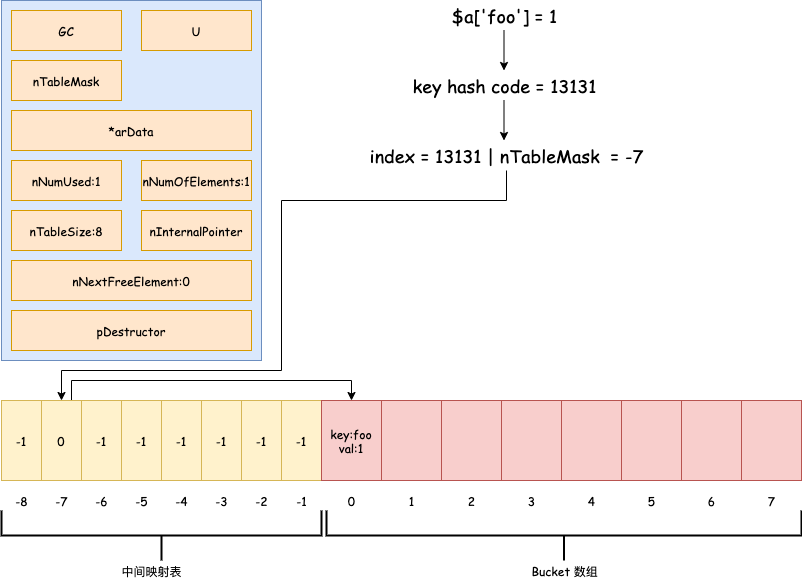
The draw.io diagram php数组新增1.png in 350258655/image, before a commit. Source tidied: cells renumbered, new cells last; positions are measured from the earlier drawing's top-left corner, leaving out a move shared by most shapes.
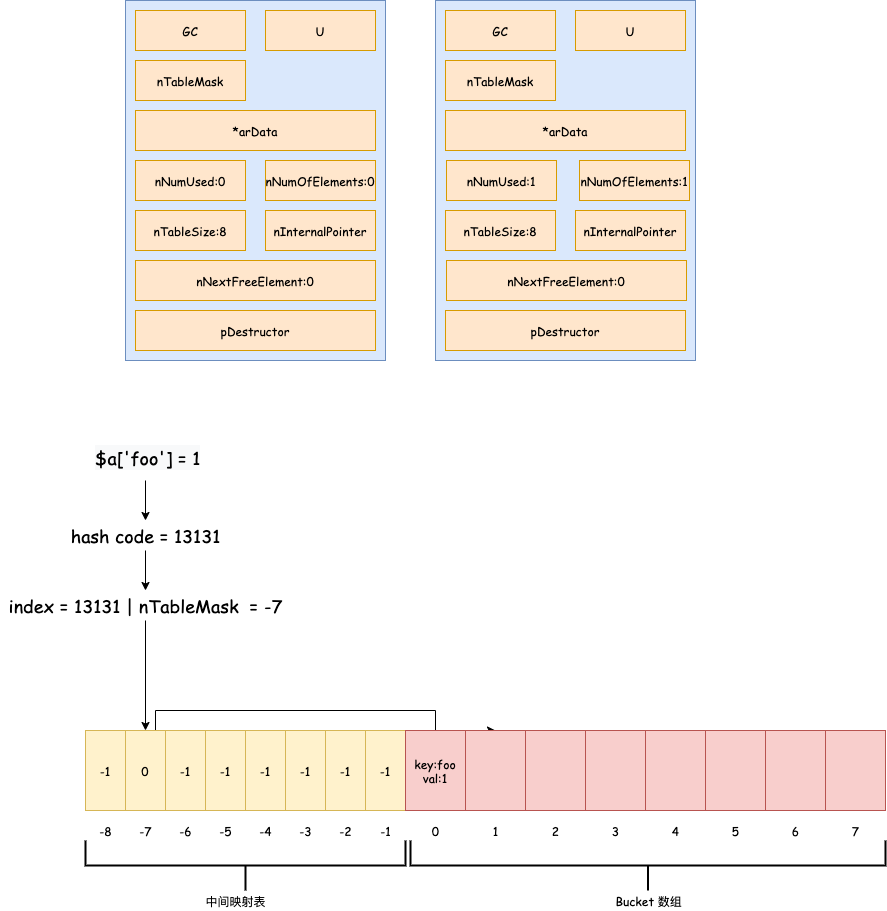
Above is the later version.

Commit message:
已添加 php数组新增1.png

The edit, as a diff of the source:
```diff
@@ -3,49 +3,51 @@
     <mxCell id="0" />
     <mxCell id="1" parent="0" />
     <mxCell id="2" style="rounded=0;whiteSpace=wrap;html=1;fontFamily=Comic Sans MS;fillColor=#dae8fc;strokeColor=#6c8ebf;" parent="1" vertex="1">
-      <mxGeometry width="260" height="360" as="geometry" />
+      <mxGeometry x="350" y="-330" width="260" height="360" as="geometry" />
     </mxCell>
     <mxCell id="3" value="GC" style="rounded=0;whiteSpace=wrap;html=1;fontFamily=Comic Sans MS;fillColor=#ffe6cc;strokeColor=#d79b00;" parent="1" vertex="1">
-      <mxGeometry x="10" y="10" width="110" height="40" as="geometry" />
+      <mxGeometry x="360" y="-320" width="110" height="40" as="geometry" />
     </mxCell>
     <mxCell id="4" value="U" style="rounded=0;whiteSpace=wrap;html=1;fontFamily=Comic Sans MS;fillColor=#ffe6cc;strokeColor=#d79b00;" parent="1" vertex="1">
-      <mxGeometry x="140" y="10" width="110" height="40" as="geometry" />
+      <mxGeometry x="490" y="-320" width="110" height="40" as="geometry" />
     </mxCell>
     <mxCell id="5" value="nTableMask" style="rounded=0;whiteSpace=wrap;html=1;fontFamily=Comic Sans MS;fillColor=#ffe6cc;strokeColor=#d79b00;" parent="1" vertex="1">
-      <mxGeometry x="10" y="60" width="110" height="40" as="geometry" />
+      <mxGeometry x="360" y="-270" width="110" height="40" as="geometry" />
     </mxCell>
     <mxCell id="6" value="*arData" style="rounded=0;whiteSpace=wrap;html=1;fontFamily=Comic Sans MS;fillColor=#ffe6cc;strokeColor=#d79b00;" parent="1" vertex="1">
-      <mxGeometry x="10" y="110" width="240" height="40" as="geometry" />
+      <mxGeometry x="360" y="-220" width="240" height="40" as="geometry" />
     </mxCell>
     <mxCell id="7" value="nNumUsed:1" style="rounded=0;whiteSpace=wrap;html=1;fontFamily=Comic Sans MS;fillColor=#ffe6cc;strokeColor=#d79b00;" parent="1" vertex="1">
-      <mxGeometry x="10" y="160" width="110" height="40" as="geometry" />
+      <mxGeometry x="361" y="-170" width="110" height="40" as="geometry" />
     </mxCell>
     <mxCell id="8" value="nNumOfElements:1" style="rounded=0;whiteSpace=wrap;html=1;fontFamily=Comic Sans MS;fillColor=#ffe6cc;strokeColor=#d79b00;" parent="1" vertex="1">
-      <mxGeometry x="140" y="160" width="110" height="40" as="geometry" />
+      <mxGeometry x="494" y="-170" width="110" height="40" as="geometry" />
     </mxCell>
     <mxCell id="9" value="nTableSize:8" style="rounded=0;whiteSpace=wrap;html=1;fontFamily=Comic Sans MS;fillColor=#ffe6cc;strokeColor=#d79b00;" parent="1" vertex="1">
-      <mxGeometry x="10" y="210" width="110" height="40" as="geometry" />
+      <mxGeometry x="360" y="-120" width="110" height="40" as="geometry" />
     </mxCell>
     <mxCell id="10" value="nInternalPointer" style="rounded=0;whiteSpace=wrap;html=1;fontFamily=Comic Sans MS;fillColor=#ffe6cc;strokeColor=#d79b00;" parent="1" vertex="1">
-      <mxGeometry x="140" y="210" width="110" height="40" as="geometry" />
+      <mxGeometry x="490" y="-120" width="110" height="40" as="geometry" />
     </mxCell>
     <mxCell id="11" value="nNextFreeElement:0" style="rounded=0;whiteSpace=wrap;html=1;fontFamily=Comic Sans MS;fillColor=#ffe6cc;strokeColor=#d79b00;" parent="1" vertex="1">
-      <mxGeometry x="10" y="260" width="240" height="40" as="geometry" />
+      <mxGeometry x="361" y="-70" width="240" height="40" as="geometry" />
     </mxCell>
     <mxCell id="12" value="pDestructor" style="rounded=0;whiteSpace=wrap;html=1;fontFamily=Comic Sans MS;fillColor=#ffe6cc;strokeColor=#d79b00;" parent="1" vertex="1">
-      <mxGeometry x="10" y="310" width="240" height="40" as="geometry" />
+      <mxGeometry x="360" y="-20" width="240" height="40" as="geometry" />
     </mxCell>
+    <mxCell id="56" style="edgeStyle=orthogonalEdgeStyle;rounded=0;jettySize=auto;html=1;exitX=0.75;exitY=0;exitDx=0;exitDy=0;entryX=0.5;entryY=0;entryDx=0;entryDy=0;" parent="1" edge="1" source="13" target="23">
+      <mxGeometry relative="1" as="geometry">
+        <Array as="points">
+          <mxPoint x="70" y="400" />
+          <mxPoint x="70" y="380" />
+          <mxPoint x="350" y="380" />
+          <mxPoint x="350" y="400" />
+        </Array>
+      </mxGeometry>
+    </mxCell>
     <mxCell id="13" value="-1" style="rounded=0;whiteSpace=wrap;html=1;fontFamily=Comic Sans MS;fillColor=#fff2cc;strokeColor=#d6b656;" parent="1" vertex="1">
       <mxGeometry y="400" width="40" height="80" as="geometry" />
     </mxCell>
-    <mxCell id="14" style="edgeStyle=orthogonalEdgeStyle;rounded=0;jettySize=auto;html=1;exitX=0.75;exitY=0;exitDx=0;exitDy=0;entryX=0.5;entryY=0;entryDx=0;entryDy=0;fontFamily=Comic Sans MS;fontSize=18;" parent="1" edge="1" source="15" target="22">
-      <mxGeometry relative="1" as="geometry">
-        <Array as="points">
-          <mxPoint x="70" y="380" />
-          <mxPoint x="350" y="380" />
-        </Array>
-      </mxGeometry>
-    </mxCell>
     <mxCell id="15" value="0" style="rounded=0;whiteSpace=wrap;html=1;fontFamily=Comic Sans MS;fillColor=#fff2cc;strokeColor=#d6b656;" parent="1" vertex="1">
       <mxGeometry x="40" y="400" width="40" height="80" as="geometry" />
     </mxCell>
@@ -151,32 +153,60 @@
     <mxCell id="49" value="Bucket 数组" style="text;html=1;align=center;verticalAlign=middle;fontFamily=Comic Sans MS;" parent="1" vertex="1">
       <mxGeometry x="522.5" y="560" width="80" height="20" as="geometry" />
     </mxCell>
-    <mxCell id="50" style="edgeStyle=orthogonalEdgeStyle;rounded=0;jettySize=auto;html=1;fontFamily=Comic Sans MS;fontSize=18;" parent="1" edge="1" source="51" target="53">
-      <mxGeometry relative="1" as="geometry" />
+    <mxCell id="50" style="edgeStyle=orthogonalEdgeStyle;rounded=0;jettySize=auto;html=1;fontFamily=Comic Sans MS;fontSize=18;" parent="1" edge="1" target="53">
+      <mxGeometry relative="1" as="geometry">
+        <mxPoint x="60" y="150" as="sourcePoint" />
+      </mxGeometry>
     </mxCell>
-    <mxCell id="51" value="$a['foo'] = 1" style="text;html=1;align=center;verticalAlign=middle;points=[];fontSize=18;fontFamily=Comic Sans MS;" parent="1" vertex="1">
-      <mxGeometry x="442.5" width="120" height="30" as="geometry" />
-    </mxCell>
     <mxCell id="52" style="edgeStyle=orthogonalEdgeStyle;rounded=0;jettySize=auto;html=1;fontFamily=Comic Sans MS;fontSize=18;" parent="1" edge="1" source="53">
       <mxGeometry relative="1" as="geometry">
-        <mxPoint x="502.5" y="140" as="targetPoint" />
+        <mxPoint x="60" y="260" as="targetPoint" />
       </mxGeometry>
     </mxCell>
-    <mxCell id="53" value="key hash code = 13131" style="text;html=1;align=center;verticalAlign=middle;points=[];fontSize=18;fontFamily=Comic Sans MS;" parent="1" vertex="1">
-      <mxGeometry x="402.5" y="70" width="200" height="30" as="geometry" />
+    <mxCell id="53" value="hash code = 13131" style="text;html=1;align=center;verticalAlign=middle;points=[];fontSize=18;fontFamily=Comic Sans MS;" parent="1" vertex="1">
+      <mxGeometry x="-25" y="190" width="170" height="30" as="geometry" />
     </mxCell>
-    <mxCell id="54" style="edgeStyle=orthogonalEdgeStyle;rounded=0;jettySize=auto;html=1;fontFamily=Comic Sans MS;fontSize=18;" parent="1" edge="1" source="55" target="15">
-      <mxGeometry relative="1" as="geometry">
-        <Array as="points">
-          <mxPoint x="505" y="200" />
-          <mxPoint x="280" y="200" />
-          <mxPoint x="280" y="370" />
-          <mxPoint x="60" y="370" />
-        </Array>
-      </mxGeometry>
+    <mxCell id="54" style="edgeStyle=orthogonalEdgeStyle;rounded=0;jettySize=auto;html=1;entryX=0.5;entryY=0;entryDx=0;entryDy=0;" parent="1" edge="1" source="55" target="15">
+      <mxGeometry relative="1" as="geometry" />
     </mxCell>
     <mxCell id="55" value="index = 13131 | nTableMask&amp;nbsp; = -7" style="text;html=1;align=center;verticalAlign=middle;points=[];fontSize=18;fontFamily=Comic Sans MS;" parent="1" vertex="1">
-      <mxGeometry x="360" y="140" width="290" height="30" as="geometry" />
+      <mxGeometry x="-85" y="260" width="290" height="30" as="geometry" />
     </mxCell>
+    <mxCell id="51" value="&lt;meta charset=&quot;utf-8&quot;&gt;&lt;span style=&quot;color: rgb(0, 0, 0); font-family: &amp;quot;comic sans ms&amp;quot;; font-size: 18px; font-style: normal; font-weight: 400; letter-spacing: normal; text-align: center; text-indent: 0px; text-transform: none; word-spacing: 0px; background-color: rgb(248, 249, 250); display: inline; float: none;&quot;&gt;$a['foo'] = 1&lt;/span&gt;" style="text;whiteSpace=wrap;html=1;" parent="1" vertex="1">
+      <mxGeometry x="7.5" y="110" width="130" height="30" as="geometry" />
+    </mxCell>
+    <mxCell id="57" style="rounded=0;whiteSpace=wrap;html=1;fontFamily=Comic Sans MS;fillColor=#dae8fc;strokeColor=#6c8ebf;" parent="1" vertex="1">
+      <mxGeometry x="40" y="-330" width="260" height="360" as="geometry" />
+    </mxCell>
+    <mxCell id="58" value="GC" style="rounded=0;whiteSpace=wrap;html=1;fontFamily=Comic Sans MS;fillColor=#ffe6cc;strokeColor=#d79b00;" parent="1" vertex="1">
+      <mxGeometry x="50" y="-320" width="110" height="40" as="geometry" />
+    </mxCell>
+    <mxCell id="59" value="U" style="rounded=0;whiteSpace=wrap;html=1;fontFamily=Comic Sans MS;fillColor=#ffe6cc;strokeColor=#d79b00;" parent="1" vertex="1">
+      <mxGeometry x="180" y="-320" width="110" height="40" as="geometry" />
+    </mxCell>
+    <mxCell id="60" value="nTableMask" style="rounded=0;whiteSpace=wrap;html=1;fontFamily=Comic Sans MS;fillColor=#ffe6cc;strokeColor=#d79b00;" parent="1" vertex="1">
+      <mxGeometry x="50" y="-270" width="110" height="40" as="geometry" />
+    </mxCell>
+    <mxCell id="61" value="*arData" style="rounded=0;whiteSpace=wrap;html=1;fontFamily=Comic Sans MS;fillColor=#ffe6cc;strokeColor=#d79b00;" parent="1" vertex="1">
+      <mxGeometry x="50" y="-220" width="240" height="40" as="geometry" />
+    </mxCell>
+    <mxCell id="62" value="nNumUsed:0" style="rounded=0;whiteSpace=wrap;html=1;fontFamily=Comic Sans MS;fillColor=#ffe6cc;strokeColor=#d79b00;" parent="1" vertex="1">
+      <mxGeometry x="50" y="-170" width="110" height="40" as="geometry" />
+    </mxCell>
+    <mxCell id="63" value="nNumOfElements:0" style="rounded=0;whiteSpace=wrap;html=1;fontFamily=Comic Sans MS;fillColor=#ffe6cc;strokeColor=#d79b00;" parent="1" vertex="1">
+      <mxGeometry x="180" y="-170" width="110" height="40" as="geometry" />
+    </mxCell>
+    <mxCell id="64" value="nTableSize:8" style="rounded=0;whiteSpace=wrap;html=1;fontFamily=Comic Sans MS;fillColor=#ffe6cc;strokeColor=#d79b00;" parent="1" vertex="1">
+      <mxGeometry x="50" y="-120" width="110" height="40" as="geometry" />
+    </mxCell>
+    <mxCell id="65" value="nInternalPointer" style="rounded=0;whiteSpace=wrap;html=1;fontFamily=Comic Sans MS;fillColor=#ffe6cc;strokeColor=#d79b00;" parent="1" vertex="1">
+      <mxGeometry x="180" y="-120" width="110" height="40" as="geometry" />
+    </mxCell>
+    <mxCell id="66" value="nNextFreeElement:0" style="rounded=0;whiteSpace=wrap;html=1;fontFamily=Comic Sans MS;fillColor=#ffe6cc;strokeColor=#d79b00;" parent="1" vertex="1">
+      <mxGeometry x="50" y="-70" width="240" height="40" as="geometry" />
+    </mxCell>
+    <mxCell id="67" value="pDestructor" style="rounded=0;whiteSpace=wrap;html=1;fontFamily=Comic Sans MS;fillColor=#ffe6cc;strokeColor=#d79b00;" parent="1" vertex="1">
+      <mxGeometry x="50" y="-20" width="240" height="40" as="geometry" />
+    </mxCell>
   </root>
 </mxGraphModel>
```
